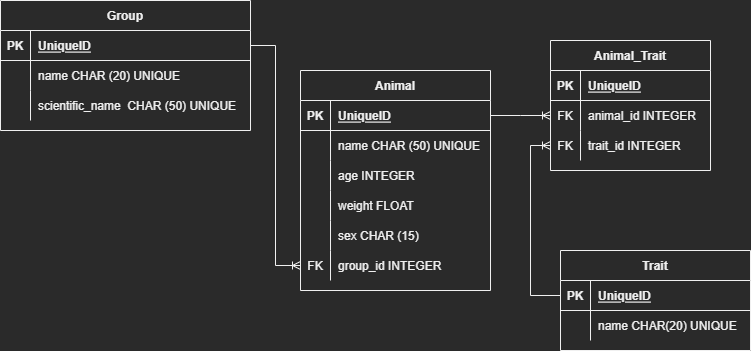
Above: kenzie-pet.png in tiblazy/django-kenzie-pet (draw.io), before the change. Source tidied: cells renumbered, new cells last; positions are measured from the earlier drawing's top-left corner, leaving out a move shared by most shapes.
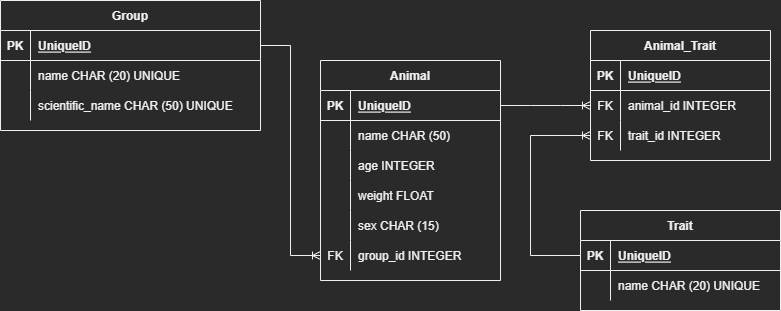
After the change.

Change to the diagram source:
```diff
@@ -2,158 +2,157 @@
   <root>
     <mxCell id="0" />
     <mxCell id="1" parent="0" />
+    <mxCell id="21" value="Group" style="shape=table;startSize=30;rowLines=0;fontStyle=1;align=center;" parent="1" vertex="1">
+      <mxGeometry x="-20" y="-50" width="260" height="130" as="geometry" />
+    </mxCell>
+    <mxCell id="51" style="shape=tableRow;horizontal=0;startSize=0;swimlaneHead=0;swimlaneBody=0;fillColor=none;points=[[0,0.5],[1,0.5]];portConstraint=eastwest;top=0;left=0;right=0;bottom=1;" parent="21" vertex="1">
+      <mxGeometry y="30" width="260" height="30" as="geometry" />
+    </mxCell>
+    <mxCell id="52" value="PK" style="shape=partialRectangle;fillColor=none;top=0;left=0;bottom=0;right=0;fontStyle=1;overflow=hidden;" parent="51" vertex="1">
+      <mxGeometry width="30" height="30" as="geometry" />
+    </mxCell>
+    <mxCell id="53" value="UniqueID" style="shape=partialRectangle;fillColor=none;top=0;left=0;bottom=0;right=0;align=left;spacingLeft=6;fontStyle=5;overflow=hidden;" parent="51" vertex="1">
+      <mxGeometry x="30" width="230" height="30" as="geometry" />
+    </mxCell>
+    <mxCell id="54" style="shape=tableRow;horizontal=0;startSize=0;swimlaneHead=0;swimlaneBody=0;fillColor=none;top=0;left=0;right=0;bottom=0;" parent="21" vertex="1">
+      <mxGeometry y="60" width="260" height="30" as="geometry" />
+    </mxCell>
+    <mxCell id="55" style="shape=partialRectangle;fillColor=none;top=0;left=0;bottom=0;right=0;overflow=hidden;" parent="54" vertex="1">
+      <mxGeometry width="30" height="30" as="geometry" />
+    </mxCell>
+    <mxCell id="56" value="name CHAR (20) UNIQUE" style="shape=partialRectangle;fillColor=none;top=0;left=0;bottom=0;right=0;align=left;spacingLeft=6;overflow=hidden;" parent="54" vertex="1">
+      <mxGeometry x="30" width="230" height="30" as="geometry" />
+    </mxCell>
+    <mxCell id="57" style="shape=tableRow;horizontal=0;startSize=0;swimlaneHead=0;swimlaneBody=0;fillColor=none;top=0;left=0;right=0;bottom=0;" parent="21" vertex="1">
+      <mxGeometry y="90" width="260" height="30" as="geometry" />
+    </mxCell>
+    <mxCell id="58" style="shape=partialRectangle;fillColor=none;top=0;left=0;bottom=0;right=0;overflow=hidden;" parent="57" vertex="1">
+      <mxGeometry width="30" height="30" as="geometry" />
+    </mxCell>
+    <mxCell id="30" value="scientific_name CHAR (50) UNIQUE" style="shape=partialRectangle;fillColor=none;top=0;left=0;bottom=0;right=0;align=left;spacingLeft=6;overflow=hidden;" parent="57" vertex="1">
+      <mxGeometry x="30" width="230" height="30" as="geometry" />
+    </mxCell>
     <mxCell id="2" value="Animal" style="shape=table;startSize=30;rowLines=0;fontStyle=1;align=center;" parent="1" vertex="1">
-      <mxGeometry x="300" y="70" width="190" height="220" as="geometry" />
+      <mxGeometry x="300" y="10" width="180" height="220" as="geometry" />
     </mxCell>
-    <mxCell id="3" style="shape=tableRow;horizontal=0;startSize=0;swimlaneHead=0;swimlaneBody=0;fillColor=none;points=[[0,0.5],[1,0.5]];portConstraint=eastwest;top=0;left=0;right=0;bottom=1;" parent="2" vertex="1">
-      <mxGeometry y="30" width="190" height="30" as="geometry" />
-    </mxCell>
-    <mxCell id="4" value="PK" style="shape=partialRectangle;fillColor=none;top=0;left=0;bottom=0;right=0;fontStyle=1;overflow=hidden;" parent="3" vertex="1">
-      <mxGeometry width="30" height="30" as="geometry" />
-    </mxCell>
-    <mxCell id="5" value="UniqueID" style="shape=partialRectangle;fillColor=none;top=0;left=0;bottom=0;right=0;align=left;spacingLeft=6;fontStyle=5;overflow=hidden;" parent="3" vertex="1">
-      <mxGeometry x="30" width="160" height="30" as="geometry" />
-    </mxCell>
-    <mxCell id="6" style="shape=tableRow;horizontal=0;startSize=0;swimlaneHead=0;swimlaneBody=0;fillColor=none;top=0;left=0;right=0;bottom=0;" parent="2" vertex="1">
-      <mxGeometry y="60" width="190" height="30" as="geometry" />
-    </mxCell>
-    <mxCell id="7" style="shape=partialRectangle;fillColor=none;top=0;left=0;bottom=0;right=0;overflow=hidden;" parent="6" vertex="1">
-      <mxGeometry width="30" height="30" as="geometry" />
-    </mxCell>
-    <mxCell id="8" value="name CHAR (50) UNIQUE" style="shape=partialRectangle;fillColor=none;top=0;left=0;bottom=0;right=0;align=left;spacingLeft=6;overflow=hidden;" parent="6" vertex="1">
-      <mxGeometry x="30" width="160" height="30" as="geometry" />
-    </mxCell>
-    <mxCell id="9" style="shape=tableRow;horizontal=0;startSize=0;swimlaneHead=0;swimlaneBody=0;fillColor=none;top=0;left=0;right=0;bottom=0;" parent="2" vertex="1">
-      <mxGeometry y="90" width="190" height="30" as="geometry" />
-    </mxCell>
-    <mxCell id="10" style="shape=partialRectangle;fillColor=none;top=0;left=0;bottom=0;right=0;overflow=hidden;" parent="9" vertex="1">
-      <mxGeometry width="30" height="30" as="geometry" />
-    </mxCell>
+    <mxCell id="59" style="shape=tableRow;horizontal=0;startSize=0;swimlaneHead=0;swimlaneBody=0;fillColor=none;points=[[0,0.5],[1,0.5]];portConstraint=eastwest;top=0;left=0;right=0;bottom=1;" parent="2" vertex="1">
+      <mxGeometry y="30" width="180" height="30" as="geometry" />
+    </mxCell>
+    <mxCell id="60" value="PK" style="shape=partialRectangle;fillColor=none;top=0;left=0;bottom=0;right=0;fontStyle=1;overflow=hidden;" parent="59" vertex="1">
+      <mxGeometry width="30" height="30" as="geometry" />
+    </mxCell>
+    <mxCell id="61" value="UniqueID" style="shape=partialRectangle;fillColor=none;top=0;left=0;bottom=0;right=0;align=left;spacingLeft=6;fontStyle=5;overflow=hidden;" parent="59" vertex="1">
+      <mxGeometry x="30" width="150" height="30" as="geometry" />
+    </mxCell>
+    <mxCell id="62" style="shape=tableRow;horizontal=0;startSize=0;swimlaneHead=0;swimlaneBody=0;fillColor=none;top=0;left=0;right=0;bottom=0;" parent="2" vertex="1">
+      <mxGeometry y="60" width="180" height="30" as="geometry" />
+    </mxCell>
+    <mxCell id="63" style="shape=partialRectangle;fillColor=none;top=0;left=0;bottom=0;right=0;overflow=hidden;" parent="62" vertex="1">
+      <mxGeometry width="30" height="30" as="geometry" />
+    </mxCell>
+    <mxCell id="64" value="name CHAR (50) " style="shape=partialRectangle;fillColor=none;top=0;left=0;bottom=0;right=0;align=left;spacingLeft=6;overflow=hidden;" parent="62" vertex="1">
+      <mxGeometry x="30" width="150" height="30" as="geometry" />
+    </mxCell>
+    <mxCell id="65" style="shape=tableRow;horizontal=0;startSize=0;swimlaneHead=0;swimlaneBody=0;fillColor=none;top=0;left=0;right=0;bottom=0;" parent="2" vertex="1">
+      <mxGeometry y="90" width="180" height="30" as="geometry" />
+    </mxCell>
+    <mxCell id="66" style="shape=partialRectangle;fillColor=none;top=0;left=0;bottom=0;right=0;overflow=hidden;" parent="65" vertex="1">
+      <mxGeometry width="30" height="30" as="geometry" />
+    </mxCell>
-    <mxCell id="11" value="age INTEGER" style="shape=partialRectangle;fillColor=none;top=0;left=0;bottom=0;right=0;align=left;spacingLeft=6;overflow=hidden;" parent="9" vertex="1">
-      <mxGeometry x="30" width="160" height="30" as="geometry" />
+    <mxCell id="11" value="age INTEGER" style="shape=partialRectangle;fillColor=none;top=0;left=0;bottom=0;right=0;align=left;spacingLeft=6;overflow=hidden;" parent="65" vertex="1">
+      <mxGeometry x="30" width="150" height="30" as="geometry" />
     </mxCell>
-    <mxCell id="12" style="shape=tableRow;horizontal=0;startSize=0;swimlaneHead=0;swimlaneBody=0;fillColor=none;top=0;left=0;right=0;bottom=0;" parent="2" vertex="1">
-      <mxGeometry y="120" width="190" height="30" as="geometry" />
-    </mxCell>
-    <mxCell id="13" style="shape=partialRectangle;fillColor=none;top=0;left=0;bottom=0;right=0;overflow=hidden;" parent="12" vertex="1">
-      <mxGeometry width="30" height="30" as="geometry" />
-    </mxCell>
+    <mxCell id="67" style="shape=tableRow;horizontal=0;startSize=0;swimlaneHead=0;swimlaneBody=0;fillColor=none;top=0;left=0;right=0;bottom=0;" parent="2" vertex="1">
+      <mxGeometry y="120" width="180" height="30" as="geometry" />
+    </mxCell>
+    <mxCell id="68" style="shape=partialRectangle;fillColor=none;top=0;left=0;bottom=0;right=0;overflow=hidden;" parent="67" vertex="1">
+      <mxGeometry width="30" height="30" as="geometry" />
+    </mxCell>
-    <mxCell id="14" value="weight FLOAT" style="shape=partialRectangle;fillColor=none;top=0;left=0;bottom=0;right=0;align=left;spacingLeft=6;overflow=hidden;" parent="12" vertex="1">
-      <mxGeometry x="30" width="160" height="30" as="geometry" />
+    <mxCell id="14" value="weight FLOAT" style="shape=partialRectangle;fillColor=none;top=0;left=0;bottom=0;right=0;align=left;spacingLeft=6;overflow=hidden;" parent="67" vertex="1">
+      <mxGeometry x="30" width="150" height="30" as="geometry" />
     </mxCell>
-    <mxCell id="15" style="shape=tableRow;horizontal=0;startSize=0;swimlaneHead=0;swimlaneBody=0;fillColor=none;top=0;left=0;right=0;bottom=0;" parent="2" vertex="1">
-      <mxGeometry y="150" width="190" height="30" as="geometry" />
-    </mxCell>
-    <mxCell id="16" style="shape=partialRectangle;fillColor=none;top=0;left=0;bottom=0;right=0;overflow=hidden;" parent="15" vertex="1">
-      <mxGeometry width="30" height="30" as="geometry" />
-    </mxCell>
+    <mxCell id="69" style="shape=tableRow;horizontal=0;startSize=0;swimlaneHead=0;swimlaneBody=0;fillColor=none;top=0;left=0;right=0;bottom=0;" parent="2" vertex="1">
+      <mxGeometry y="150" width="180" height="30" as="geometry" />
+    </mxCell>
+    <mxCell id="70" style="shape=partialRectangle;fillColor=none;top=0;left=0;bottom=0;right=0;overflow=hidden;" parent="69" vertex="1">
+      <mxGeometry width="30" height="30" as="geometry" />
+    </mxCell>
-    <mxCell id="17" value="sex CHAR (15)" style="shape=partialRectangle;fillColor=none;top=0;left=0;bottom=0;right=0;align=left;spacingLeft=6;overflow=hidden;" parent="15" vertex="1">
-      <mxGeometry x="30" width="160" height="30" as="geometry" />
+    <mxCell id="17" value="sex CHAR (15)" style="shape=partialRectangle;fillColor=none;top=0;left=0;bottom=0;right=0;align=left;spacingLeft=6;overflow=hidden;" parent="69" vertex="1">
+      <mxGeometry x="30" width="150" height="30" as="geometry" />
     </mxCell>
-    <mxCell id="18" style="shape=tableRow;horizontal=0;startSize=0;swimlaneHead=0;swimlaneBody=0;fillColor=none;points=[[0,0.5],[1,0.5]];portConstraint=eastwest;top=0;left=0;right=0;bottom=0;" parent="2" vertex="1">
-      <mxGeometry y="180" width="190" height="30" as="geometry" />
-    </mxCell>
-    <mxCell id="19" value="FK" style="shape=partialRectangle;fillColor=none;top=0;left=0;bottom=0;right=0;overflow=hidden;" parent="18" vertex="1">
-      <mxGeometry width="30" height="30" as="geometry" />
-    </mxCell>
+    <mxCell id="71" style="shape=tableRow;horizontal=0;startSize=0;swimlaneHead=0;swimlaneBody=0;fillColor=none;points=[[0,0.5],[1,0.5]];portConstraint=eastwest;top=0;left=0;right=0;bottom=0;" parent="2" vertex="1">
+      <mxGeometry y="180" width="180" height="30" as="geometry" />
+    </mxCell>
+    <mxCell id="72" value="FK" style="shape=partialRectangle;fillColor=none;top=0;left=0;bottom=0;right=0;overflow=hidden;" parent="71" vertex="1">
+      <mxGeometry width="30" height="30" as="geometry" />
+    </mxCell>
-    <mxCell id="20" value="group_id INTEGER" style="shape=partialRectangle;fillColor=none;top=0;left=0;bottom=0;right=0;align=left;spacingLeft=6;overflow=hidden;" parent="18" vertex="1">
-      <mxGeometry x="30" width="160" height="30" as="geometry" />
+    <mxCell id="20" value="group_id INTEGER" style="shape=partialRectangle;fillColor=none;top=0;left=0;bottom=0;right=0;align=left;spacingLeft=6;overflow=hidden;" parent="71" vertex="1">
+      <mxGeometry x="30" width="150" height="30" as="geometry" />
     </mxCell>
-    <mxCell id="21" value="Group" style="shape=table;startSize=30;rowLines=0;fontStyle=1;align=center;" parent="1" vertex="1">
-      <mxGeometry width="250" height="130" as="geometry" />
-    </mxCell>
-    <mxCell id="22" style="shape=tableRow;horizontal=0;startSize=0;swimlaneHead=0;swimlaneBody=0;fillColor=none;points=[[0,0.5],[1,0.5]];portConstraint=eastwest;top=0;left=0;right=0;bottom=1;" parent="21" vertex="1">
-      <mxGeometry y="30" width="250" height="30" as="geometry" />
-    </mxCell>
-    <mxCell id="23" value="PK" style="shape=partialRectangle;fillColor=none;top=0;left=0;bottom=0;right=0;fontStyle=1;overflow=hidden;" parent="22" vertex="1">
-      <mxGeometry width="30" height="30" as="geometry" />
-    </mxCell>
-    <mxCell id="24" value="UniqueID" style="shape=partialRectangle;fillColor=none;top=0;left=0;bottom=0;right=0;align=left;spacingLeft=6;fontStyle=5;overflow=hidden;" parent="22" vertex="1">
-      <mxGeometry x="30" width="220" height="30" as="geometry" />
-    </mxCell>
-    <mxCell id="25" style="shape=tableRow;horizontal=0;startSize=0;swimlaneHead=0;swimlaneBody=0;fillColor=none;top=0;left=0;right=0;bottom=0;" parent="21" vertex="1">
-      <mxGeometry y="60" width="250" height="30" as="geometry" />
-    </mxCell>
-    <mxCell id="26" style="shape=partialRectangle;fillColor=none;top=0;left=0;bottom=0;right=0;overflow=hidden;" parent="25" vertex="1">
-      <mxGeometry width="30" height="30" as="geometry" />
-    </mxCell>
-    <mxCell id="27" value="name CHAR (20) UNIQUE" style="shape=partialRectangle;fillColor=none;top=0;left=0;bottom=0;right=0;align=left;spacingLeft=6;overflow=hidden;" parent="25" vertex="1">
-      <mxGeometry x="30" width="220" height="30" as="geometry" />
-    </mxCell>
-    <mxCell id="28" style="shape=tableRow;horizontal=0;startSize=0;swimlaneHead=0;swimlaneBody=0;fillColor=none;top=0;left=0;right=0;bottom=0;" parent="21" vertex="1">
-      <mxGeometry y="90" width="250" height="30" as="geometry" />
-    </mxCell>
-    <mxCell id="29" style="shape=partialRectangle;fillColor=none;top=0;left=0;bottom=0;right=0;overflow=hidden;" parent="28" vertex="1">
-      <mxGeometry width="30" height="30" as="geometry" />
-    </mxCell>
-    <mxCell id="30" value="scientific_name  CHAR (50) UNIQUE" style="shape=partialRectangle;fillColor=none;top=0;left=0;bottom=0;right=0;align=left;spacingLeft=6;overflow=hidden;" parent="28" vertex="1">
-      <mxGeometry x="30" width="220" height="30" as="geometry" />
-    </mxCell>
+    <mxCell id="39" value="Animal_Trait" style="shape=table;startSize=30;rowLines=0;fontStyle=1;align=center;" parent="1" vertex="1">
+      <mxGeometry x="570" y="-20" width="180" height="130" as="geometry" />
+    </mxCell>
+    <mxCell id="73" style="shape=tableRow;horizontal=0;startSize=0;swimlaneHead=0;swimlaneBody=0;fillColor=none;top=0;left=0;right=0;bottom=1;" parent="39" vertex="1">
+      <mxGeometry y="30" width="180" height="30" as="geometry" />
+    </mxCell>
+    <mxCell id="74" value="PK" style="shape=partialRectangle;fillColor=none;top=0;left=0;bottom=0;right=0;fontStyle=1;overflow=hidden;" parent="73" vertex="1">
+      <mxGeometry width="30" height="30" as="geometry" />
+    </mxCell>
+    <mxCell id="75" value="UniqueID" style="shape=partialRectangle;fillColor=none;top=0;left=0;bottom=0;right=0;align=left;spacingLeft=6;fontStyle=5;overflow=hidden;" parent="73" vertex="1">
+      <mxGeometry x="30" width="150" height="30" as="geometry" />
+    </mxCell>
+    <mxCell id="76" style="shape=tableRow;horizontal=0;startSize=0;swimlaneHead=0;swimlaneBody=0;fillColor=none;points=[[0,0.5],[1,0.5]];portConstraint=eastwest;top=0;left=0;right=0;bottom=0;" parent="39" vertex="1">
+      <mxGeometry y="60" width="180" height="30" as="geometry" />
+    </mxCell>
+    <mxCell id="77" value="FK" style="shape=partialRectangle;fillColor=none;top=0;left=0;bottom=0;right=0;overflow=hidden;" parent="76" vertex="1">
+      <mxGeometry width="30" height="30" as="geometry" />
+    </mxCell>
+    <mxCell id="45" value="animal_id INTEGER" style="shape=partialRectangle;fillColor=none;top=0;left=0;bottom=0;right=0;align=left;spacingLeft=6;overflow=hidden;" parent="76" vertex="1">
+      <mxGeometry x="30" width="150" height="30" as="geometry" />
+    </mxCell>
+    <mxCell id="78" style="shape=tableRow;horizontal=0;startSize=0;swimlaneHead=0;swimlaneBody=0;fillColor=none;points=[[0,0.5],[1,0.5]];portConstraint=eastwest;top=0;left=0;right=0;bottom=0;" parent="39" vertex="1">
+      <mxGeometry y="90" width="180" height="30" as="geometry" />
+    </mxCell>
+    <mxCell id="79" value="FK" style="shape=partialRectangle;fillColor=none;top=0;left=0;bottom=0;right=0;overflow=hidden;" parent="78" vertex="1">
+      <mxGeometry width="30" height="30" as="geometry" />
+    </mxCell>
+    <mxCell id="48" value="trait_id INTEGER" style="shape=partialRectangle;fillColor=none;top=0;left=0;bottom=0;right=0;align=left;spacingLeft=6;overflow=hidden;" parent="78" vertex="1">
+      <mxGeometry x="30" width="150" height="30" as="geometry" />
+    </mxCell>
     <mxCell id="31" value="Trait" style="shape=table;startSize=30;rowLines=0;fontStyle=1;align=center;" parent="1" vertex="1">
-      <mxGeometry x="560" y="250" width="190" height="100" as="geometry" />
+      <mxGeometry x="560" y="160" width="200" height="100" as="geometry" />
     </mxCell>
-    <mxCell id="32" style="shape=tableRow;horizontal=0;startSize=0;swimlaneHead=0;swimlaneBody=0;fillColor=none;points=[[0,0.5],[1,0.5]];portConstraint=eastwest;top=0;left=0;right=0;bottom=1;" parent="31" vertex="1">
-      <mxGeometry y="30" width="190" height="30" as="geometry" />
-    </mxCell>
-    <mxCell id="33" value="PK" style="shape=partialRectangle;fillColor=none;top=0;left=0;bottom=0;right=0;fontStyle=1;overflow=hidden;" parent="32" vertex="1">
-      <mxGeometry width="30" height="30" as="geometry" />
-    </mxCell>
-    <mxCell id="34" value="UniqueID" style="shape=partialRectangle;fillColor=none;top=0;left=0;bottom=0;right=0;align=left;spacingLeft=6;fontStyle=5;overflow=hidden;" parent="32" vertex="1">
-      <mxGeometry x="30" width="160" height="30" as="geometry" />
-    </mxCell>
-    <mxCell id="35" style="shape=tableRow;horizontal=0;startSize=0;swimlaneHead=0;swimlaneBody=0;fillColor=none;top=0;left=0;right=0;bottom=0;" parent="31" vertex="1">
-      <mxGeometry y="60" width="190" height="30" as="geometry" />
-    </mxCell>
-    <mxCell id="36" style="shape=partialRectangle;fillColor=none;top=0;left=0;bottom=0;right=0;overflow=hidden;" parent="35" vertex="1">
-      <mxGeometry width="30" height="30" as="geometry" />
-    </mxCell>
-    <mxCell id="37" value="name CHAR(20) UNIQUE " style="shape=partialRectangle;fillColor=none;top=0;left=0;bottom=0;right=0;align=left;spacingLeft=6;overflow=hidden;" parent="35" vertex="1">
-      <mxGeometry x="30" width="160" height="30" as="geometry" />
-    </mxCell>
-    <mxCell id="38" style="edgeStyle=elbowEdgeStyle;fontSize=12;html=1;endArrow=ERoneToMany;rounded=0;exitX=1;exitY=0.5;exitDx=0;exitDy=0;entryX=0;entryY=0.5;entryDx=0;entryDy=0;" parent="1" edge="1" source="22" target="18">
-      <mxGeometry relative="1" as="geometry" />
-    </mxCell>
-    <mxCell id="39" value="Animal_Trait" style="shape=table;startSize=30;rowLines=0;fontStyle=1;align=center;" parent="1" vertex="1">
-      <mxGeometry x="550" y="40" width="160" height="130" as="geometry" />
-    </mxCell>
-    <mxCell id="40" style="shape=tableRow;horizontal=0;startSize=0;swimlaneHead=0;swimlaneBody=0;fillColor=none;top=0;left=0;right=0;bottom=1;" parent="39" vertex="1">
-      <mxGeometry y="30" width="160" height="30" as="geometry" />
-    </mxCell>
-    <mxCell id="41" value="PK" style="shape=partialRectangle;fillColor=none;top=0;left=0;bottom=0;right=0;fontStyle=1;overflow=hidden;" parent="40" vertex="1">
-      <mxGeometry width="30" height="30" as="geometry" />
-    </mxCell>
-    <mxCell id="42" value="UniqueID" style="shape=partialRectangle;fillColor=none;top=0;left=0;bottom=0;right=0;align=left;spacingLeft=6;fontStyle=5;overflow=hidden;" parent="40" vertex="1">
-      <mxGeometry x="30" width="130" height="30" as="geometry" />
-    </mxCell>
-    <mxCell id="43" style="shape=tableRow;horizontal=0;startSize=0;swimlaneHead=0;swimlaneBody=0;fillColor=none;points=[[0,0.5],[1,0.5]];portConstraint=eastwest;top=0;left=0;right=0;bottom=0;" parent="39" vertex="1">
-      <mxGeometry y="60" width="160" height="30" as="geometry" />
-    </mxCell>
-    <mxCell id="44" value="FK" style="shape=partialRectangle;fillColor=none;top=0;left=0;bottom=0;right=0;overflow=hidden;" parent="43" vertex="1">
-      <mxGeometry width="30" height="30" as="geometry" />
-    </mxCell>
-    <mxCell id="45" value="animal_id INTEGER" style="shape=partialRectangle;fillColor=none;top=0;left=0;bottom=0;right=0;align=left;spacingLeft=6;overflow=hidden;" parent="43" vertex="1">
-      <mxGeometry x="30" width="130" height="30" as="geometry" />
-    </mxCell>
-    <mxCell id="46" style="shape=tableRow;horizontal=0;startSize=0;swimlaneHead=0;swimlaneBody=0;fillColor=none;points=[[0,0.5],[1,0.5]];portConstraint=eastwest;top=0;left=0;right=0;bottom=0;" parent="39" vertex="1">
-      <mxGeometry y="90" width="160" height="30" as="geometry" />
-    </mxCell>
-    <mxCell id="47" value="FK" style="shape=partialRectangle;fillColor=none;top=0;left=0;bottom=0;right=0;overflow=hidden;" parent="46" vertex="1">
-      <mxGeometry width="30" height="30" as="geometry" />
-    </mxCell>
-    <mxCell id="48" value="trait_id INTEGER" style="shape=partialRectangle;fillColor=none;top=0;left=0;bottom=0;right=0;align=left;spacingLeft=6;overflow=hidden;" parent="46" vertex="1">
-      <mxGeometry x="30" width="130" height="30" as="geometry" />
-    </mxCell>
-    <mxCell id="49" style="edgeStyle=entityRelationEdgeStyle;fontSize=12;html=1;endArrow=ERoneToMany;rounded=0;entryX=0;entryY=0.5;entryDx=0;entryDy=0;exitX=1;exitY=0.5;exitDx=0;exitDy=0;" parent="1" edge="1" source="3" target="43">
-      <mxGeometry relative="1" as="geometry" />
-    </mxCell>
-    <mxCell id="50" style="edgeStyle=elbowEdgeStyle;fontSize=12;html=1;endArrow=ERoneToMany;rounded=0;exitX=0;exitY=0.5;exitDx=0;exitDy=0;entryX=0;entryY=0.5;entryDx=0;entryDy=0;" parent="1" edge="1" source="32" target="46">
-      <mxGeometry relative="1" as="geometry">
-        <Array as="points">
-          <mxPoint x="530" y="160" />
-          <mxPoint x="590" y="190" />
-          <mxPoint x="570" y="240" />
-        </Array>
-      </mxGeometry>
-    </mxCell>
+    <mxCell id="80" style="shape=tableRow;horizontal=0;startSize=0;swimlaneHead=0;swimlaneBody=0;fillColor=none;points=[[0,0.5],[1,0.5]];portConstraint=eastwest;top=0;left=0;right=0;bottom=1;" parent="31" vertex="1">
+      <mxGeometry y="30" width="200" height="30" as="geometry" />
+    </mxCell>
+    <mxCell id="81" value="PK" style="shape=partialRectangle;fillColor=none;top=0;left=0;bottom=0;right=0;fontStyle=1;overflow=hidden;" parent="80" vertex="1">
+      <mxGeometry width="30" height="30" as="geometry" />
+    </mxCell>
+    <mxCell id="82" value="UniqueID" style="shape=partialRectangle;fillColor=none;top=0;left=0;bottom=0;right=0;align=left;spacingLeft=6;fontStyle=5;overflow=hidden;" parent="80" vertex="1">
+      <mxGeometry x="30" width="170" height="30" as="geometry" />
+    </mxCell>
+    <mxCell id="83" style="shape=tableRow;horizontal=0;startSize=0;swimlaneHead=0;swimlaneBody=0;fillColor=none;top=0;left=0;right=0;bottom=0;" parent="31" vertex="1">
+      <mxGeometry y="60" width="200" height="30" as="geometry" />
+    </mxCell>
+    <mxCell id="84" style="shape=partialRectangle;fillColor=none;top=0;left=0;bottom=0;right=0;overflow=hidden;" parent="83" vertex="1">
+      <mxGeometry width="30" height="30" as="geometry" />
+    </mxCell>
+    <mxCell id="85" value="name CHAR (20) UNIQUE" style="shape=partialRectangle;fillColor=none;top=0;left=0;bottom=0;right=0;align=left;spacingLeft=6;overflow=hidden;" parent="83" vertex="1">
+      <mxGeometry x="30" width="170" height="30" as="geometry" />
+    </mxCell>
+    <mxCell id="86" style="edgeStyle=elbowEdgeStyle;fontSize=12;html=1;endArrow=ERoneToMany;rounded=0;entryX=0;entryY=0.5;entryDx=0;entryDy=0;exitX=1;exitY=0.5;exitDx=0;exitDy=0;" parent="1" edge="1" source="51" target="71">
+      <mxGeometry relative="1" as="geometry" />
+    </mxCell>
+    <mxCell id="87" style="edgeStyle=elbowEdgeStyle;fontSize=12;html=1;endArrow=ERoneToMany;rounded=0;exitX=0;exitY=0.5;exitDx=0;exitDy=0;entryX=0;entryY=0.5;entryDx=0;entryDy=0;" parent="1" edge="1" source="80" target="78">
+      <mxGeometry relative="1" as="geometry">
+        <Array as="points">
+          <mxPoint x="510" y="170" />
+          <mxPoint x="550" y="140" />
+        </Array>
+      </mxGeometry>
+    </mxCell>
+    <mxCell id="88" style="edgeStyle=entityRelationEdgeStyle;fontSize=12;html=1;endArrow=ERoneToMany;rounded=0;exitX=1;exitY=0.5;exitDx=0;exitDy=0;entryX=0;entryY=0.5;entryDx=0;entryDy=0;" parent="1" edge="1" source="59" target="76">
+      <mxGeometry relative="1" as="geometry" />
+    </mxCell>
   </root>
 </mxGraphModel>
```
